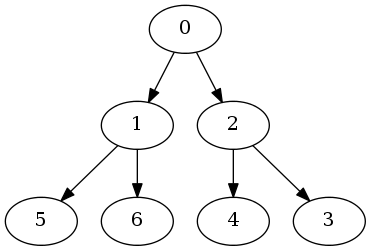
Before: project1/graph.png, a diagram exported from Graphviz (madsravn/datastructures). Its source is kept beside it as project1/graph.dot. The source it was exported from:
```dot
digraph G {
    0 -> 1
    0 -> 2
    2 -> 4
    2 -> 3
    1 -> 5
    1 -> 6
    }
```
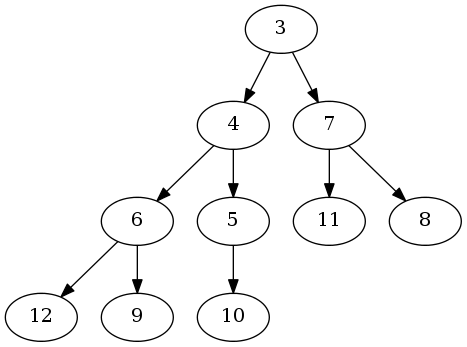
After the commit.

What changed in the source:
```diff
@@ -1,8 +1,13 @@
 digraph G {
-    0 -> 1
-    0 -> 2
-    2 -> 4
-    2 -> 3
-    1 -> 5
-    1 -> 6
-    }
+
+3 -> 4
+4 -> 6
+6 -> 12
+6 -> 9
+4 -> 5
+5 -> 10
+3 -> 7
+7 -> 11
+7 -> 8
+
+}
```
